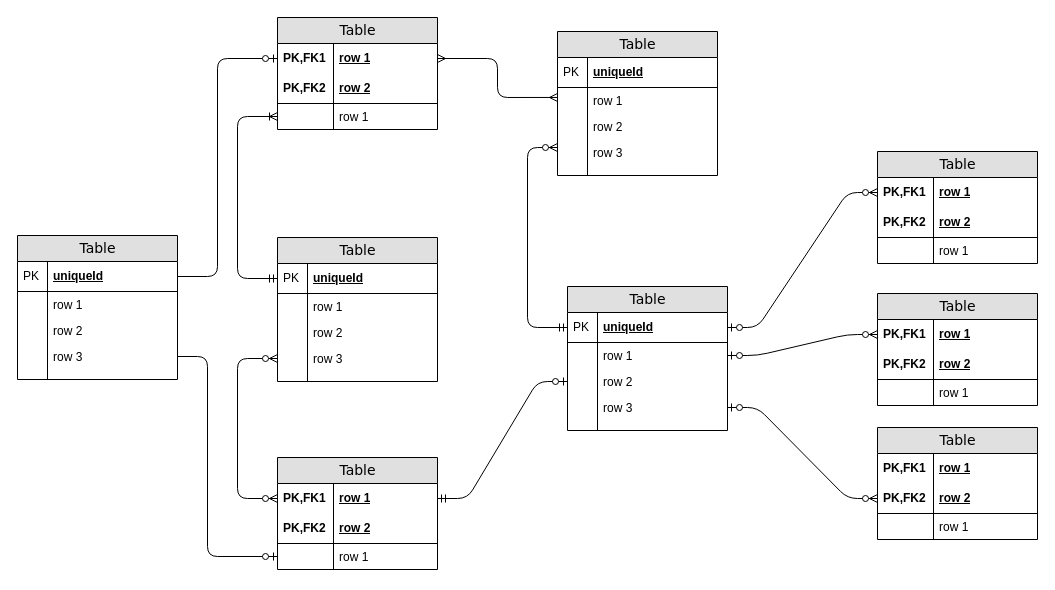
This is Diagramme sans nom.drawio from Steony/BeautyBookerApp, a draw.io file, before an edit. Source tidied: cells renumbered, new cells numbered last; positions are measured from the earlier drawing's top-left corner, leaving out a move shared by most shapes. Both pictures are drawn from the tidied source at 100%, with x=0, y=0 at pixel (17, 17).
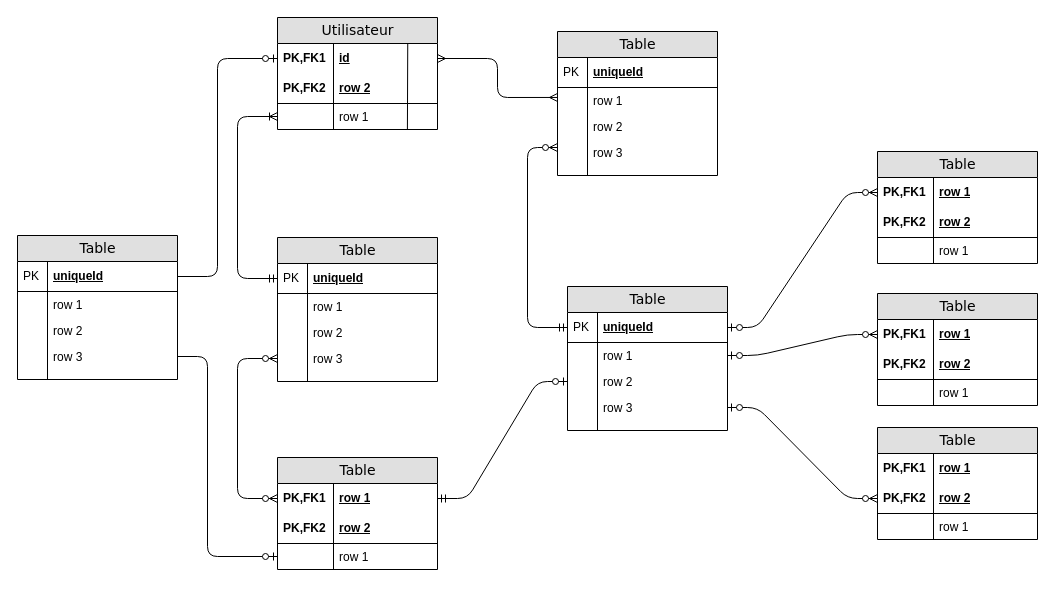
Above is the later version.

Commit message:
Mettre à jour Diagramme sans nom.drawio

The change refers to these unchanged cells:
```xml
<mxCell id="7" value="row 1" style="shape=partialRectangle;top=0;left=0;right=0;bottom=0;html=1;align=left;verticalAlign=top;fillColor=none;spacingLeft=60;spacingRight=4;whiteSpace=wrap;overflow=hidden;points=[[0,0.5],[1,0.5]];portConstraint=eastwest;" parent="2" vertex="1">
  <mxGeometry y="86" width="160" height="26" as="geometry" />
</mxCell>
```

Diff of the diagram source:
```diff
@@
-    <mxCell id="2" value="Table" style="swimlane;html=1;fontStyle=0;horizontal=1;startSize=26;fillColor=#e0e0e0;swimlaneFillColor=#ffffff;align=center;rounded=0;shadow=0;comic=0;labelBackgroundColor=none;strokeWidth=1;fontFamily=Verdana;fontSize=14;" parent="1" vertex="1">
+    <mxCell id="2" value="Utilisateur" style="swimlane;html=1;fontStyle=0;horizontal=1;startSize=26;fillColor=#e0e0e0;swimlaneFillColor=#ffffff;align=center;rounded=0;shadow=0;comic=0;labelBackgroundColor=none;strokeWidth=1;fontFamily=Verdana;fontSize=14;" parent="1" vertex="1">
       <mxGeometry x="260" width="160" height="112" as="geometry" />
     </mxCell>
-    <mxCell id="3" value="row 1" style="shape=partialRectangle;top=0;left=0;right=0;bottom=0;html=1;align=left;verticalAlign=middle;fillColor=none;spacingLeft=60;spacingRight=4;whiteSpace=wrap;overflow=hidden;points=[[0,0.5],[1,0.5]];portConstraint=eastwest;fontStyle=5;" parent="2" vertex="1">
+    <mxCell id="3" value="id" style="shape=partialRectangle;top=0;left=0;right=0;bottom=0;html=1;align=left;verticalAlign=middle;fillColor=none;spacingLeft=60;spacingRight=4;whiteSpace=wrap;overflow=hidden;points=[[0,0.5],[1,0.5]];portConstraint=eastwest;fontStyle=5;" parent="2" vertex="1">
       <mxGeometry y="26" width="160" height="30" as="geometry" />
     </mxCell>
@@
+    <mxCell id="91" style="endArrow=none;html=1;rounded=0;entryX=0.814;entryY=0.01;entryDx=0;entryDy=0;entryPerimeter=0;exitX=0.812;exitY=0.982;exitDx=0;exitDy=0;exitPerimeter=0;" parent="2" edge="1" source="7" target="3">
+      <mxGeometry relative="1" as="geometry" />
+    </mxCell>
```
